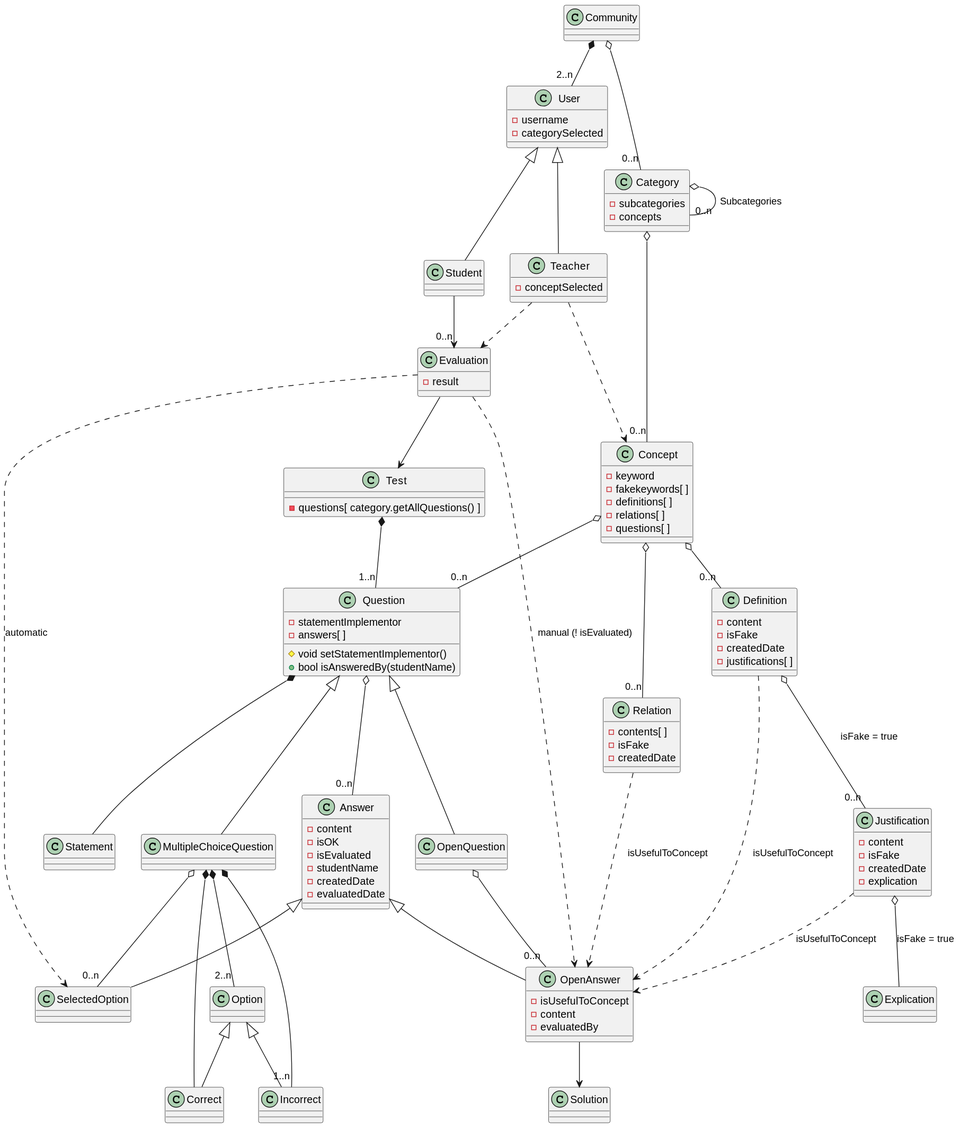
The PlantUML diagram out/doc/dominio_clases/OpoTestDomain.svg in Joselon/ProyectoOpoTest, before a commit.
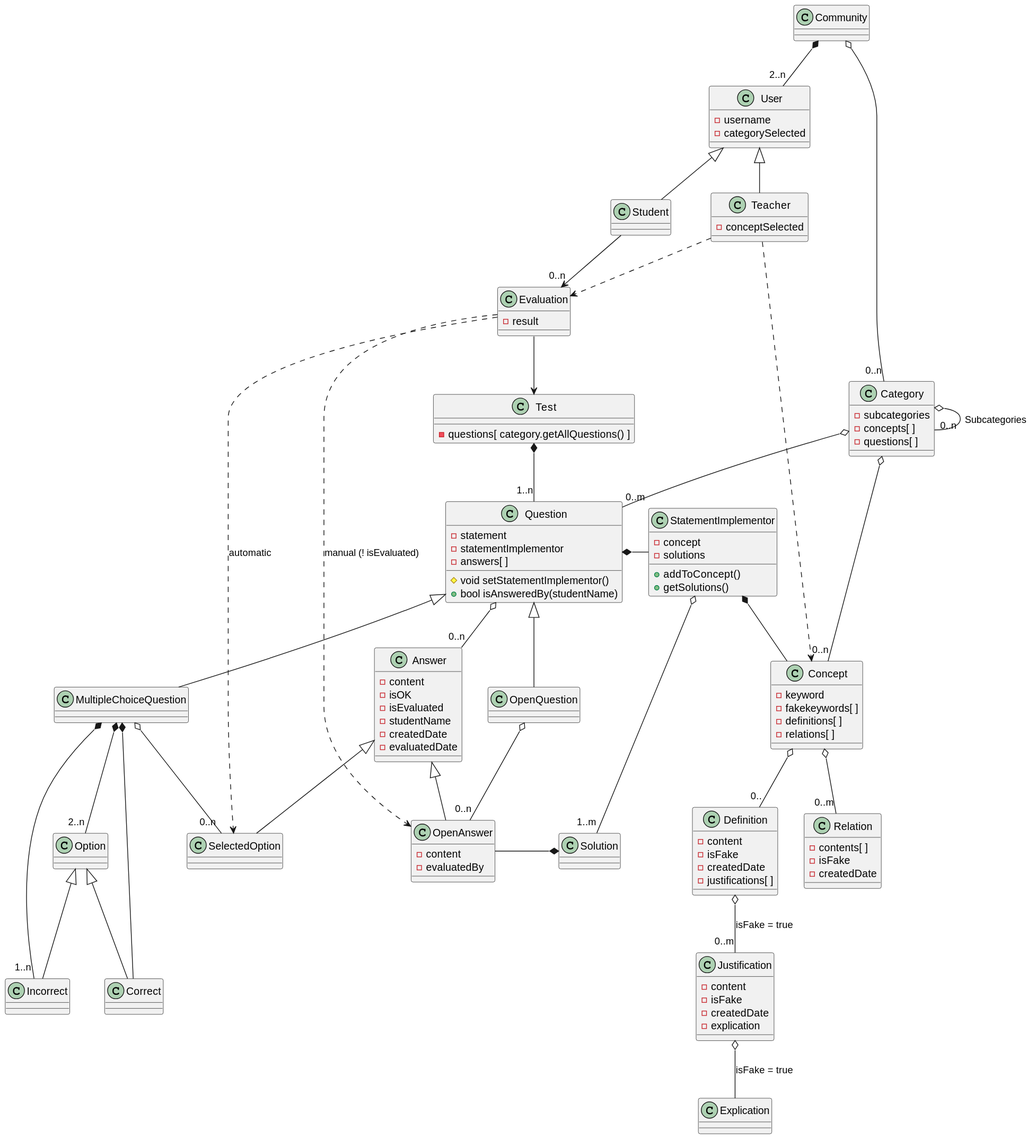
Above is the later version.

Commit message:
Revision Clase 13 diagramas

Change to the diagram source:
```diff
@@ -18,8 +18,9 @@
 }
 
 class Category {
-    -subcategories
-    -concepts
+    - subcategories
+    - concepts[ ]
+    - questions[ ]
 }
 
 class Test {
@@ -31,7 +32,7 @@
     - fakekeywords[ ]
     - definitions[ ]
     - relations[ ]
-    - questions[ ]
+
 }
 
 class Definition {
@@ -55,13 +56,19 @@
 }
 
 class Question {
+    - statement
     - statementImplementor
     - answers[ ]
     # void setStatementImplementor()
     + bool isAnsweredBy(studentName)
 }
 
-class Statement
+class StatementImplementor {
+    - concept
+    - solutions
+    + addToConcept()
+    + getSolutions()
+}
 
 class Answer {
     - content
@@ -83,7 +90,6 @@
 Class Incorrect
 
 class OpenAnswer {
-    - isUsefulToConcept
     - content
     - evaluatedBy
 }
@@ -91,7 +97,6 @@
 Class SelectedOption {
 
 }
-
 
 Community *--"2..n" User
 Community o--"0..n" Category
@@ -103,19 +108,17 @@
 
 Teacher ..> Concept
 Category o--"0..n" Concept
-Concept o--"0..n" Question
-Concept o--"0..n" Definition
-Definition o--"0..n" Justification: isFake = true
+Category o--"0..m" Question
+StatementImplementor *-- Concept
+Concept o--"0.." Definition
+Definition o--"0..m" Justification: isFake = true
 Justification o-- Explication: isFake = true
-Concept o--"0..n" Relation
+Concept o--"0..m" Relation
 
 Student -->"0..n" Evaluation
 Evaluation --> Test
 
 Teacher ..> Evaluation
-Definition ..> OpenAnswer :isUsefulToConcept
-Justification ..> OpenAnswer :isUsefulToConcept
-Relation ..> OpenAnswer :isUsefulToConcept
 
 Evaluation ..> OpenAnswer : manual (! isEvaluated)
 Evaluation ..> SelectedOption : automatic
@@ -123,7 +126,7 @@
 Test *--"1..n" Question
 Question <|-- MultipleChoiceQuestion
 Question <|-- OpenQuestion
-Question *--   Statement
+Question *-  StatementImplementor
 MultipleChoiceQuestion *--"2..n" Option
 Option <|-- Incorrect
 Option <|-- Correct
@@ -134,7 +137,7 @@
 Question o--"0..n" Answer
 Answer <|-- OpenAnswer
 Answer <|-- SelectedOption
-OpenAnswer --> Solution
-
+OpenAnswer -* Solution
+StatementImplementor o--"1..m" Solution
 
 @enduml
```
